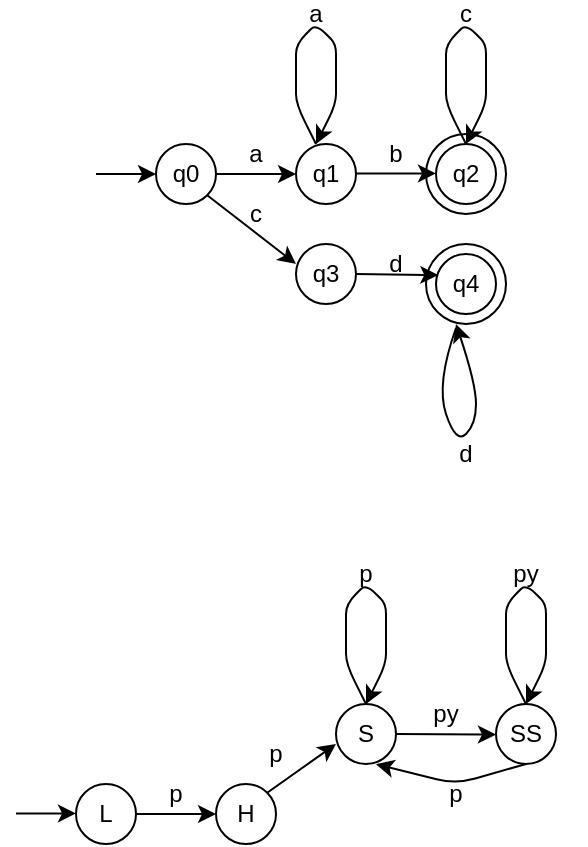
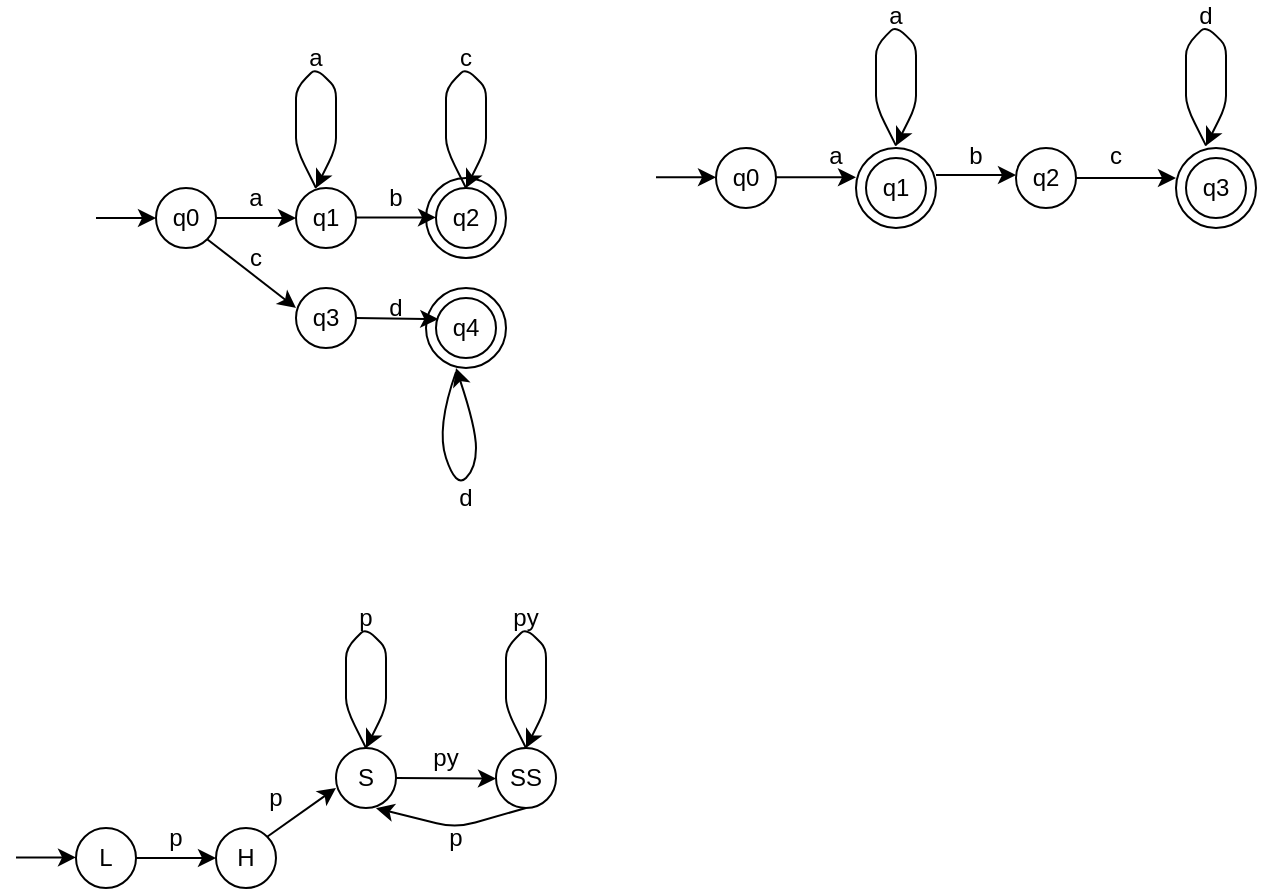
<mxfile host="65bd71144e">
    <diagram id="E2bClSslVXTbhC4pKWKp" name="Page-1">
-         <mxGraphModel dx="3025" dy="2467" grid="1" gridSize="10" guides="1" tooltips="1" connect="1" arrows="1" fold="1" page="1" pageScale="1" pageWidth="850" pageHeight="1100" math="0" shadow="0">
+         <mxGraphModel dx="3082" dy="2427" grid="1" gridSize="10" guides="1" tooltips="1" connect="1" arrows="1" fold="1" page="1" pageScale="1" pageWidth="850" pageHeight="1100" math="0" shadow="0">
            <root>
                <mxCell id="0"/>
                <mxCell id="1" parent="0"/>
-                 <mxCell id="29" value="" style="ellipse;whiteSpace=wrap;html=1;aspect=fixed;" vertex="1" parent="1">
+                 <mxCell id="84" value="" style="ellipse;whiteSpace=wrap;html=1;aspect=fixed;" parent="1" vertex="1">
+                     <mxGeometry x="-2100" y="-1280" width="40" height="40" as="geometry"/>
+                 </mxCell>
+                 <mxCell id="29" value="" style="ellipse;whiteSpace=wrap;html=1;aspect=fixed;" parent="1" vertex="1">
                    <mxGeometry x="-2315" y="-1265" width="40" height="40" as="geometry"/>
                </mxCell>
-                 <mxCell id="33" style="edgeStyle=none;html=1;exitX=1;exitY=1;exitDx=0;exitDy=0;" edge="1" parent="1" source="2">
+                 <mxCell id="33" style="edgeStyle=none;html=1;exitX=1;exitY=1;exitDx=0;exitDy=0;" parent="1" source="2" edge="1">
                    <mxGeometry relative="1" as="geometry">
                        <mxPoint x="-2380" y="-1200" as="targetPoint"/>
                    </mxGeometry>
                </mxCell>
                <mxCell id="2" value="q0" style="ellipse;whiteSpace=wrap;html=1;aspect=fixed;" parent="1" vertex="1">
                    <mxGeometry x="-2450" y="-1260" width="30" height="30" as="geometry"/>
                </mxCell>
-                 <mxCell id="3" value="" style="endArrow=classic;html=1;exitX=1;exitY=0.5;exitDx=0;exitDy=0;entryX=0;entryY=0.5;entryDx=0;entryDy=0;" parent="1" edge="1" target="4" source="2">
+                 <mxCell id="3" value="" style="endArrow=classic;html=1;exitX=1;exitY=0.5;exitDx=0;exitDy=0;entryX=0;entryY=0.5;entryDx=0;entryDy=0;" parent="1" source="2" target="4" edge="1">
                    <mxGeometry width="50" height="50" relative="1" as="geometry">
                        <mxPoint x="-2430" y="-1260" as="sourcePoint"/>
                        <mxPoint x="-2370" y="-1260" as="targetPoint"/>
                        <Array as="points"/>
                    </mxGeometry>
                </mxCell>
                <mxCell id="4" value="q1" style="ellipse;whiteSpace=wrap;html=1;aspect=fixed;" parent="1" vertex="1">
                    <mxGeometry x="-2380" y="-1260" width="30" height="30" as="geometry"/>
                </mxCell>
                <mxCell id="5" value="q2" style="ellipse;whiteSpace=wrap;html=1;aspect=fixed;" parent="1" vertex="1">
                    <mxGeometry x="-2310" y="-1260" width="30" height="30" as="geometry"/>
                </mxCell>
                <mxCell id="11" value="" style="endArrow=classic;html=1;" parent="1" edge="1">
                    <mxGeometry width="50" height="50" relative="1" as="geometry">
                        <mxPoint x="-2370" y="-1260" as="sourcePoint"/>
                        <mxPoint x="-2370" y="-1260" as="targetPoint"/>
                        <Array as="points">
                            <mxPoint x="-2380" y="-1280"/>
                            <mxPoint x="-2380" y="-1290"/>
                            <mxPoint x="-2380" y="-1310"/>
                            <mxPoint x="-2370" y="-1320"/>
                            <mxPoint x="-2360" y="-1310"/>
                            <mxPoint x="-2360" y="-1300"/>
                            <mxPoint x="-2360" y="-1280"/>
                        </Array>
                    </mxGeometry>
                </mxCell>
                <mxCell id="13" value="a" style="text;html=1;align=center;verticalAlign=middle;whiteSpace=wrap;rounded=0;" parent="1" vertex="1">
                    <mxGeometry x="-2430" y="-1260" width="60" height="10" as="geometry"/>
                </mxCell>
-                 <mxCell id="23" value="" style="endArrow=classic;html=1;entryX=0;entryY=0.5;entryDx=0;entryDy=0;" edge="1" parent="1" target="2">
+                 <mxCell id="23" value="" style="endArrow=classic;html=1;entryX=0;entryY=0.5;entryDx=0;entryDy=0;" parent="1" target="2" edge="1">
                    <mxGeometry width="50" height="50" relative="1" as="geometry">
                        <mxPoint x="-2480" y="-1245" as="sourcePoint"/>
                        <mxPoint x="-2470" y="-1290" as="targetPoint"/>
                    </mxGeometry>
                </mxCell>
-                 <mxCell id="24" value="a" style="text;html=1;align=center;verticalAlign=middle;whiteSpace=wrap;rounded=0;" vertex="1" parent="1">
+                 <mxCell id="24" value="a" style="text;html=1;align=center;verticalAlign=middle;whiteSpace=wrap;rounded=0;" parent="1" vertex="1">
                    <mxGeometry x="-2400" y="-1330" width="60" height="10" as="geometry"/>
                </mxCell>
-                 <mxCell id="25" value="" style="endArrow=classic;html=1;exitX=1;exitY=0.5;exitDx=0;exitDy=0;entryX=0;entryY=0.5;entryDx=0;entryDy=0;" edge="1" parent="1">
+                 <mxCell id="25" value="" style="endArrow=classic;html=1;exitX=1;exitY=0.5;exitDx=0;exitDy=0;entryX=0;entryY=0.5;entryDx=0;entryDy=0;" parent="1" edge="1">
                    <mxGeometry width="50" height="50" relative="1" as="geometry">
                        <mxPoint x="-2350" y="-1245.29" as="sourcePoint"/>
                        <mxPoint x="-2310" y="-1245.29" as="targetPoint"/>
                        <Array as="points"/>
                    </mxGeometry>
                </mxCell>
-                 <mxCell id="26" value="b" style="text;html=1;align=center;verticalAlign=middle;whiteSpace=wrap;rounded=0;" vertex="1" parent="1">
+                 <mxCell id="26" value="b" style="text;html=1;align=center;verticalAlign=middle;whiteSpace=wrap;rounded=0;" parent="1" vertex="1">
                    <mxGeometry x="-2360" y="-1260" width="60" height="10" as="geometry"/>
                </mxCell>
-                 <mxCell id="27" value="" style="endArrow=classic;html=1;" edge="1" parent="1">
+                 <mxCell id="27" value="" style="endArrow=classic;html=1;" parent="1" edge="1">
                    <mxGeometry width="50" height="50" relative="1" as="geometry">
                        <mxPoint x="-2295" y="-1260" as="sourcePoint"/>
                        <mxPoint x="-2295" y="-1260" as="targetPoint"/>
                        <Array as="points">
                            <mxPoint x="-2305" y="-1280"/>
                            <mxPoint x="-2305" y="-1290"/>
                            <mxPoint x="-2305" y="-1310"/>
                            <mxPoint x="-2295" y="-1320"/>
                            <mxPoint x="-2285" y="-1310"/>
                            <mxPoint x="-2285" y="-1300"/>
                            <mxPoint x="-2285" y="-1280"/>
                        </Array>
                    </mxGeometry>
                </mxCell>
-                 <mxCell id="28" value="c" style="text;html=1;align=center;verticalAlign=middle;whiteSpace=wrap;rounded=0;" vertex="1" parent="1">
+                 <mxCell id="28" value="c" style="text;html=1;align=center;verticalAlign=middle;whiteSpace=wrap;rounded=0;" parent="1" vertex="1">
                    <mxGeometry x="-2325" y="-1330" width="60" height="10" as="geometry"/>
                </mxCell>
-                 <mxCell id="34" value="q3" style="ellipse;whiteSpace=wrap;html=1;aspect=fixed;" vertex="1" parent="1">
+                 <mxCell id="34" value="q3" style="ellipse;whiteSpace=wrap;html=1;aspect=fixed;" parent="1" vertex="1">
                    <mxGeometry x="-2380" y="-1210" width="30" height="30" as="geometry"/>
                </mxCell>
-                 <mxCell id="36" value="" style="ellipse;whiteSpace=wrap;html=1;aspect=fixed;" vertex="1" parent="1">
+                 <mxCell id="36" value="" style="ellipse;whiteSpace=wrap;html=1;aspect=fixed;" parent="1" vertex="1">
                    <mxGeometry x="-2315" y="-1210" width="40" height="40" as="geometry"/>
                </mxCell>
-                 <mxCell id="37" value="q4" style="ellipse;whiteSpace=wrap;html=1;aspect=fixed;" vertex="1" parent="1">
+                 <mxCell id="37" value="q4" style="ellipse;whiteSpace=wrap;html=1;aspect=fixed;" parent="1" vertex="1">
                    <mxGeometry x="-2310" y="-1205" width="30" height="30" as="geometry"/>
                </mxCell>
-                 <mxCell id="39" value="" style="curved=1;endArrow=classic;html=1;" edge="1" parent="1">
+                 <mxCell id="39" value="" style="curved=1;endArrow=classic;html=1;" parent="1" edge="1">
                    <mxGeometry width="50" height="50" relative="1" as="geometry">
                        <mxPoint x="-2300" y="-1168" as="sourcePoint"/>
                        <mxPoint x="-2300" y="-1170" as="targetPoint"/>
                        <Array as="points">
                            <mxPoint x="-2310" y="-1140"/>
                            <mxPoint x="-2300" y="-1110"/>
                            <mxPoint x="-2290" y="-1120"/>
                            <mxPoint x="-2290" y="-1140"/>
                        </Array>
                    </mxGeometry>
                </mxCell>
-                 <mxCell id="40" value="d" style="text;html=1;align=center;verticalAlign=middle;whiteSpace=wrap;rounded=0;" vertex="1" parent="1">
+                 <mxCell id="40" value="d" style="text;html=1;align=center;verticalAlign=middle;whiteSpace=wrap;rounded=0;" parent="1" vertex="1">
                    <mxGeometry x="-2325" y="-1110" width="60" height="10" as="geometry"/>
                </mxCell>
-                 <mxCell id="41" value="c" style="text;html=1;align=center;verticalAlign=middle;whiteSpace=wrap;rounded=0;" vertex="1" parent="1">
+                 <mxCell id="41" value="c" style="text;html=1;align=center;verticalAlign=middle;whiteSpace=wrap;rounded=0;" parent="1" vertex="1">
                    <mxGeometry x="-2430" y="-1230" width="60" height="10" as="geometry"/>
                </mxCell>
-                 <mxCell id="35" style="edgeStyle=none;html=1;exitX=1;exitY=0.5;exitDx=0;exitDy=0;entryX=0.038;entryY=0.352;entryDx=0;entryDy=0;entryPerimeter=0;" edge="1" parent="1" source="34" target="37">
+                 <mxCell id="35" style="edgeStyle=none;html=1;exitX=1;exitY=0.5;exitDx=0;exitDy=0;entryX=0.038;entryY=0.352;entryDx=0;entryDy=0;entryPerimeter=0;" parent="1" source="34" target="37" edge="1">
                    <mxGeometry relative="1" as="geometry">
                        <mxPoint x="-2320" y="-1195" as="targetPoint"/>
                    </mxGeometry>
                </mxCell>
-                 <mxCell id="43" value="d" style="text;html=1;align=center;verticalAlign=middle;whiteSpace=wrap;rounded=0;" vertex="1" parent="1">
+                 <mxCell id="43" value="d" style="text;html=1;align=center;verticalAlign=middle;whiteSpace=wrap;rounded=0;" parent="1" vertex="1">
                    <mxGeometry x="-2360" y="-1205" width="60" height="10" as="geometry"/>
                </mxCell>
-                 <mxCell id="47" style="edgeStyle=none;html=1;exitX=1;exitY=0.5;exitDx=0;exitDy=0;" edge="1" parent="1" source="45">
+                 <mxCell id="47" style="edgeStyle=none;html=1;exitX=1;exitY=0.5;exitDx=0;exitDy=0;" parent="1" source="45" edge="1">
                    <mxGeometry relative="1" as="geometry">
                        <mxPoint x="-2420" y="-925" as="targetPoint"/>
                    </mxGeometry>
                </mxCell>
-                 <mxCell id="45" value="L" style="ellipse;whiteSpace=wrap;html=1;aspect=fixed;" vertex="1" parent="1">
+                 <mxCell id="45" value="L" style="ellipse;whiteSpace=wrap;html=1;aspect=fixed;" parent="1" vertex="1">
                    <mxGeometry x="-2490" y="-940" width="30" height="30" as="geometry"/>
                </mxCell>
-                 <mxCell id="46" value="" style="endArrow=classic;html=1;entryX=0;entryY=0.5;entryDx=0;entryDy=0;" edge="1" parent="1">
+                 <mxCell id="46" value="" style="endArrow=classic;html=1;entryX=0;entryY=0.5;entryDx=0;entryDy=0;" parent="1" edge="1">
                    <mxGeometry width="50" height="50" relative="1" as="geometry">
                        <mxPoint x="-2520" y="-925.29" as="sourcePoint"/>
                        <mxPoint x="-2490" y="-925.29" as="targetPoint"/>
                    </mxGeometry>
                </mxCell>
-                 <mxCell id="49" style="edgeStyle=none;html=1;exitX=1;exitY=0;exitDx=0;exitDy=0;" edge="1" parent="1" source="48">
+                 <mxCell id="49" style="edgeStyle=none;html=1;exitX=1;exitY=0;exitDx=0;exitDy=0;" parent="1" source="48" edge="1">
                    <mxGeometry relative="1" as="geometry">
                        <mxPoint x="-2360" y="-960" as="targetPoint"/>
                    </mxGeometry>
                </mxCell>
-                 <mxCell id="48" value="H" style="ellipse;whiteSpace=wrap;html=1;aspect=fixed;" vertex="1" parent="1">
+                 <mxCell id="48" value="H" style="ellipse;whiteSpace=wrap;html=1;aspect=fixed;" parent="1" vertex="1">
                    <mxGeometry x="-2420" y="-940" width="30" height="30" as="geometry"/>
                </mxCell>
-                 <mxCell id="51" style="edgeStyle=none;html=1;exitX=1;exitY=0.5;exitDx=0;exitDy=0;" edge="1" parent="1" source="50">
+                 <mxCell id="51" style="edgeStyle=none;html=1;exitX=1;exitY=0.5;exitDx=0;exitDy=0;" parent="1" source="50" edge="1">
                    <mxGeometry relative="1" as="geometry">
                        <mxPoint x="-2280" y="-964.7142857142858" as="targetPoint"/>
                    </mxGeometry>
                </mxCell>
-                 <mxCell id="50" value="S" style="ellipse;whiteSpace=wrap;html=1;aspect=fixed;" vertex="1" parent="1">
+                 <mxCell id="50" value="S" style="ellipse;whiteSpace=wrap;html=1;aspect=fixed;" parent="1" vertex="1">
                    <mxGeometry x="-2360" y="-980" width="30" height="30" as="geometry"/>
                </mxCell>
-                 <mxCell id="61" style="edgeStyle=none;html=1;exitX=0.5;exitY=1;exitDx=0;exitDy=0;" edge="1" parent="1" source="52">
+                 <mxCell id="61" style="edgeStyle=none;html=1;exitX=0.5;exitY=1;exitDx=0;exitDy=0;" parent="1" source="52" edge="1">
                    <mxGeometry relative="1" as="geometry">
                        <mxPoint x="-2340" y="-949.8571428571429" as="targetPoint"/>
                        <Array as="points">
                            <mxPoint x="-2300" y="-940"/>
                        </Array>
                    </mxGeometry>
                </mxCell>
-                 <mxCell id="52" value="SS" style="ellipse;whiteSpace=wrap;html=1;aspect=fixed;" vertex="1" parent="1">
+                 <mxCell id="52" value="SS" style="ellipse;whiteSpace=wrap;html=1;aspect=fixed;" parent="1" vertex="1">
                    <mxGeometry x="-2280" y="-980" width="30" height="30" as="geometry"/>
                </mxCell>
-                 <mxCell id="53" value="p" style="text;html=1;align=center;verticalAlign=middle;whiteSpace=wrap;rounded=0;" vertex="1" parent="1">
+                 <mxCell id="53" value="p" style="text;html=1;align=center;verticalAlign=middle;whiteSpace=wrap;rounded=0;" parent="1" vertex="1">
                    <mxGeometry x="-2470" y="-940" width="60" height="10" as="geometry"/>
                </mxCell>
-                 <mxCell id="54" value="p" style="text;html=1;align=center;verticalAlign=middle;whiteSpace=wrap;rounded=0;" vertex="1" parent="1">
+                 <mxCell id="54" value="p" style="text;html=1;align=center;verticalAlign=middle;whiteSpace=wrap;rounded=0;" parent="1" vertex="1">
                    <mxGeometry x="-2420" y="-960" width="60" height="10" as="geometry"/>
                </mxCell>
-                 <mxCell id="55" value="py" style="text;html=1;align=center;verticalAlign=middle;whiteSpace=wrap;rounded=0;" vertex="1" parent="1">
+                 <mxCell id="55" value="py" style="text;html=1;align=center;verticalAlign=middle;whiteSpace=wrap;rounded=0;" parent="1" vertex="1">
                    <mxGeometry x="-2335" y="-980" width="60" height="10" as="geometry"/>
                </mxCell>
-                 <mxCell id="56" value="" style="endArrow=classic;html=1;" edge="1" parent="1">
+                 <mxCell id="56" value="" style="endArrow=classic;html=1;" parent="1" edge="1">
                    <mxGeometry width="50" height="50" relative="1" as="geometry">
                        <mxPoint x="-2345" y="-980" as="sourcePoint"/>
                        <mxPoint x="-2345" y="-980" as="targetPoint"/>
                        <Array as="points">
                            <mxPoint x="-2355" y="-1000"/>
                            <mxPoint x="-2355" y="-1010"/>
                            <mxPoint x="-2355" y="-1030"/>
                            <mxPoint x="-2345" y="-1040"/>
                            <mxPoint x="-2335" y="-1030"/>
                            <mxPoint x="-2335" y="-1020"/>
                            <mxPoint x="-2335" y="-1000"/>
                        </Array>
                    </mxGeometry>
                </mxCell>
-                 <mxCell id="57" value="" style="endArrow=classic;html=1;" edge="1" parent="1">
+                 <mxCell id="57" value="" style="endArrow=classic;html=1;" parent="1" edge="1">
                    <mxGeometry width="50" height="50" relative="1" as="geometry">
                        <mxPoint x="-2265" y="-980" as="sourcePoint"/>
                        <mxPoint x="-2265" y="-980" as="targetPoint"/>
                        <Array as="points">
                            <mxPoint x="-2275" y="-1000"/>
                            <mxPoint x="-2275" y="-1010"/>
                            <mxPoint x="-2275" y="-1030"/>
                            <mxPoint x="-2265" y="-1040"/>
                            <mxPoint x="-2255" y="-1030"/>
                            <mxPoint x="-2255" y="-1020"/>
                            <mxPoint x="-2255" y="-1000"/>
                        </Array>
                    </mxGeometry>
                </mxCell>
-                 <mxCell id="58" value="py" style="text;html=1;align=center;verticalAlign=middle;whiteSpace=wrap;rounded=0;" vertex="1" parent="1">
+                 <mxCell id="58" value="py" style="text;html=1;align=center;verticalAlign=middle;whiteSpace=wrap;rounded=0;" parent="1" vertex="1">
                    <mxGeometry x="-2295" y="-1050" width="60" height="10" as="geometry"/>
                </mxCell>
-                 <mxCell id="59" value="p" style="text;html=1;align=center;verticalAlign=middle;whiteSpace=wrap;rounded=0;" vertex="1" parent="1">
+                 <mxCell id="59" value="p" style="text;html=1;align=center;verticalAlign=middle;whiteSpace=wrap;rounded=0;" parent="1" vertex="1">
                    <mxGeometry x="-2375" y="-1050" width="60" height="10" as="geometry"/>
                </mxCell>
-                 <mxCell id="62" value="p" style="text;html=1;align=center;verticalAlign=middle;whiteSpace=wrap;rounded=0;" vertex="1" parent="1">
+                 <mxCell id="62" value="p" style="text;html=1;align=center;verticalAlign=middle;whiteSpace=wrap;rounded=0;" parent="1" vertex="1">
                    <mxGeometry x="-2330" y="-940" width="60" height="10" as="geometry"/>
+                 </mxCell>
+                 <mxCell id="72" value="" style="endArrow=classic;html=1;exitX=1;exitY=0.5;exitDx=0;exitDy=0;entryX=0;entryY=0.5;entryDx=0;entryDy=0;" parent="1" edge="1">
+                     <mxGeometry width="50" height="50" relative="1" as="geometry">
+                         <mxPoint x="-2140" y="-1265.3400000000001" as="sourcePoint"/>
+                         <mxPoint x="-2100" y="-1265.3400000000001" as="targetPoint"/>
+                         <Array as="points"/>
+                     </mxGeometry>
+                 </mxCell>
+                 <mxCell id="73" value="" style="endArrow=classic;html=1;" parent="1" edge="1">
+                     <mxGeometry width="50" height="50" relative="1" as="geometry">
+                         <mxPoint x="-2080" y="-1281.18" as="sourcePoint"/>
+                         <mxPoint x="-2080" y="-1281.18" as="targetPoint"/>
+                         <Array as="points">
+                             <mxPoint x="-2090" y="-1301.18"/>
+                             <mxPoint x="-2090" y="-1311.18"/>
+                             <mxPoint x="-2090" y="-1331.18"/>
+                             <mxPoint x="-2080" y="-1341.18"/>
+                             <mxPoint x="-2070" y="-1331.18"/>
+                             <mxPoint x="-2070" y="-1321.18"/>
+                             <mxPoint x="-2070" y="-1301.18"/>
+                         </Array>
+                     </mxGeometry>
+                 </mxCell>
+                 <mxCell id="74" value="a" style="text;html=1;align=center;verticalAlign=middle;whiteSpace=wrap;rounded=0;" parent="1" vertex="1">
+                     <mxGeometry x="-2140" y="-1281.18" width="60" height="10" as="geometry"/>
+                 </mxCell>
+                 <mxCell id="75" value="" style="endArrow=classic;html=1;entryX=0;entryY=0.5;entryDx=0;entryDy=0;" parent="1" edge="1">
+                     <mxGeometry width="50" height="50" relative="1" as="geometry">
+                         <mxPoint x="-2200" y="-1265.3400000000001" as="sourcePoint"/>
+                         <mxPoint x="-2170" y="-1265.3400000000001" as="targetPoint"/>
+                     </mxGeometry>
+                 </mxCell>
+                 <mxCell id="76" value="a" style="text;html=1;align=center;verticalAlign=middle;whiteSpace=wrap;rounded=0;" parent="1" vertex="1">
+                     <mxGeometry x="-2110" y="-1351.18" width="60" height="10" as="geometry"/>
+                 </mxCell>
+                 <mxCell id="77" value="" style="endArrow=classic;html=1;exitX=1;exitY=0.5;exitDx=0;exitDy=0;entryX=0;entryY=0.5;entryDx=0;entryDy=0;" parent="1" edge="1">
+                     <mxGeometry width="50" height="50" relative="1" as="geometry">
+                         <mxPoint x="-2060" y="-1266.47" as="sourcePoint"/>
+                         <mxPoint x="-2020" y="-1266.47" as="targetPoint"/>
+                         <Array as="points"/>
+                     </mxGeometry>
+                 </mxCell>
+                 <mxCell id="78" value="b" style="text;html=1;align=center;verticalAlign=middle;whiteSpace=wrap;rounded=0;" parent="1" vertex="1">
+                     <mxGeometry x="-2070" y="-1281.18" width="60" height="10" as="geometry"/>
+                 </mxCell>
+                 <mxCell id="81" value="q0" style="ellipse;whiteSpace=wrap;html=1;aspect=fixed;" parent="1" vertex="1">
+                     <mxGeometry x="-2170" y="-1280" width="30" height="30" as="geometry"/>
+                 </mxCell>
+                 <mxCell id="82" value="q1" style="ellipse;whiteSpace=wrap;html=1;aspect=fixed;" parent="1" vertex="1">
+                     <mxGeometry x="-2095" y="-1275" width="30" height="30" as="geometry"/>
+                 </mxCell>
+                 <mxCell id="87" style="edgeStyle=none;html=1;exitX=1;exitY=0.5;exitDx=0;exitDy=0;entryX=0;entryY=0.5;entryDx=0;entryDy=0;" parent="1" source="83" edge="1">
+                     <mxGeometry relative="1" as="geometry">
+                         <mxPoint x="-1940.0000000000043" y="-1265" as="targetPoint"/>
+                     </mxGeometry>
+                 </mxCell>
+                 <mxCell id="83" value="q2" style="ellipse;whiteSpace=wrap;html=1;aspect=fixed;" parent="1" vertex="1">
+                     <mxGeometry x="-2020" y="-1280" width="30" height="30" as="geometry"/>
+                 </mxCell>
+                 <mxCell id="88" value="c" style="text;html=1;align=center;verticalAlign=middle;whiteSpace=wrap;rounded=0;" parent="1" vertex="1">
+                     <mxGeometry x="-2000" y="-1281.18" width="60" height="10" as="geometry"/>
+                 </mxCell>
+                 <mxCell id="89" value="" style="endArrow=classic;html=1;" parent="1" edge="1">
+                     <mxGeometry width="50" height="50" relative="1" as="geometry">
+                         <mxPoint x="-1925" y="-1281.18" as="sourcePoint"/>
+                         <mxPoint x="-1925" y="-1281.18" as="targetPoint"/>
+                         <Array as="points">
+                             <mxPoint x="-1935" y="-1301.18"/>
+                             <mxPoint x="-1935" y="-1311.18"/>
+                             <mxPoint x="-1935" y="-1331.18"/>
+                             <mxPoint x="-1925" y="-1341.18"/>
+                             <mxPoint x="-1915" y="-1331.18"/>
+                             <mxPoint x="-1915" y="-1321.18"/>
+                             <mxPoint x="-1915" y="-1301.18"/>
+                         </Array>
+                     </mxGeometry>
+                 </mxCell>
+                 <mxCell id="90" value="d" style="text;html=1;align=center;verticalAlign=middle;whiteSpace=wrap;rounded=0;" parent="1" vertex="1">
+                     <mxGeometry x="-1955" y="-1351.18" width="60" height="10" as="geometry"/>
+                 </mxCell>
+                 <mxCell id="91" value="" style="ellipse;whiteSpace=wrap;html=1;aspect=fixed;" parent="1" vertex="1">
+                     <mxGeometry x="-1940" y="-1280" width="40" height="40" as="geometry"/>
+                 </mxCell>
+                 <mxCell id="92" value="q3" style="ellipse;whiteSpace=wrap;html=1;aspect=fixed;" parent="1" vertex="1">
+                     <mxGeometry x="-1935" y="-1275" width="30" height="30" as="geometry"/>
                </mxCell>
            </root>
        </mxGraphModel>
    </diagram>
- </mxfile>
+ </mxfile>